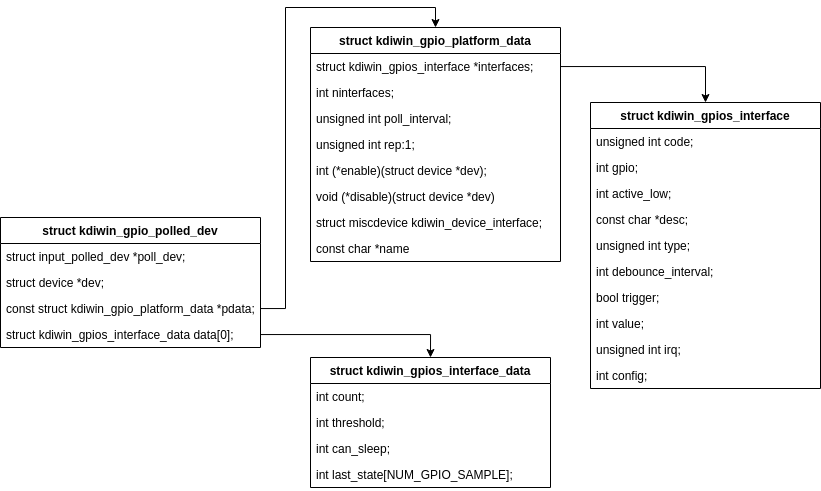
This is images/gpio_polled.drawio.png from lchy0113/tcc_develop, a draw.io export, as it was before one commit. Source tidied: cells renumbered, new cells last; positions are measured from the earlier drawing's top-left corner, leaving out a move shared by most shapes.
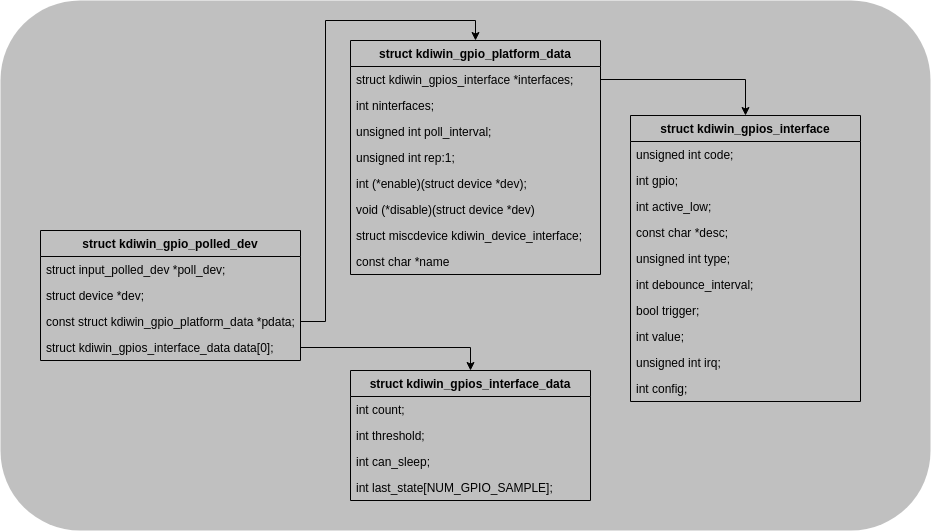
The same diagram one commit later.

What changed in the source:
```diff
@@ -2,104 +2,107 @@
   <root>
     <mxCell id="0" />
     <mxCell id="1" parent="0" />
-    <mxCell id="2" value="struct kdiwin_gpio_platform_data" style="swimlane;fontStyle=1;horizontal=1;startSize=26;fillColor=none;" parent="1" vertex="1">
-      <mxGeometry x="310" width="250" height="234" as="geometry" />
+    <mxCell id="2" style="rounded=1;whiteSpace=wrap;html=1;fillColor=#828282;fontColor=#333333;strokeColor=none;opacity=50;glass=0;sketch=0;shadow=0;" parent="1" vertex="1">
+      <mxGeometry x="310" width="930" height="530" as="geometry" />
     </mxCell>
-    <mxCell id="3" value="struct kdiwin_gpios_interface *interfaces;" style="text;strokeColor=none;fillColor=none;align=left;verticalAlign=top;spacingLeft=4;spacingRight=4;overflow=hidden;points=[[0,0.5],[1,0.5]];portConstraint=eastwest;" parent="2" vertex="1">
-      <mxGeometry y="26" width="250" height="26" as="geometry" />
+    <mxCell id="3" value="struct kdiwin_gpio_platform_data" style="swimlane;fontStyle=1;horizontal=1;startSize=26;fillColor=none;" parent="1" vertex="1">
+      <mxGeometry x="660" y="40" width="250" height="234" as="geometry" />
     </mxCell>
-    <mxCell id="4" value="int ninterfaces;" style="text;strokeColor=none;fillColor=none;align=left;verticalAlign=top;spacingLeft=4;spacingRight=4;overflow=hidden;points=[[0,0.5],[1,0.5]];portConstraint=eastwest;" parent="2" vertex="1">
-      <mxGeometry y="52" width="250" height="26" as="geometry" />
+    <mxCell id="4" value="struct kdiwin_gpios_interface *interfaces;" style="text;strokeColor=none;fillColor=none;align=left;verticalAlign=top;spacingLeft=4;spacingRight=4;overflow=hidden;points=[[0,0.5],[1,0.5]];portConstraint=eastwest;" parent="3" vertex="1">
+      <mxGeometry y="26" width="250" height="26" as="geometry" />
     </mxCell>
-    <mxCell id="5" value="unsigned int poll_interval;" style="text;strokeColor=none;fillColor=none;align=left;verticalAlign=top;spacingLeft=4;spacingRight=4;overflow=hidden;" parent="2" vertex="1">
-      <mxGeometry y="78" width="250" height="26" as="geometry" />
+    <mxCell id="5" value="int ninterfaces;" style="text;strokeColor=none;fillColor=none;align=left;verticalAlign=top;spacingLeft=4;spacingRight=4;overflow=hidden;" parent="3" vertex="1">
+      <mxGeometry y="52" width="250" height="26" as="geometry" />
     </mxCell>
-    <mxCell id="6" value="unsigned int rep:1;" style="text;strokeColor=none;fillColor=none;align=left;verticalAlign=top;spacingLeft=4;spacingRight=4;overflow=hidden;" parent="2" vertex="1">
-      <mxGeometry y="104" width="250" height="26" as="geometry" />
+    <mxCell id="6" value="unsigned int poll_interval;" style="text;strokeColor=none;fillColor=none;align=left;verticalAlign=top;spacingLeft=4;spacingRight=4;overflow=hidden;" parent="3" vertex="1">
+      <mxGeometry y="78" width="250" height="26" as="geometry" />
     </mxCell>
-    <mxCell id="7" value="int (*enable)(struct device *dev);" style="text;strokeColor=none;fillColor=none;align=left;verticalAlign=top;spacingLeft=4;spacingRight=4;overflow=hidden;" parent="2" vertex="1">
-      <mxGeometry y="130" width="250" height="26" as="geometry" />
+    <mxCell id="7" value="unsigned int rep:1;" style="text;strokeColor=none;fillColor=none;align=left;verticalAlign=top;spacingLeft=4;spacingRight=4;overflow=hidden;" parent="3" vertex="1">
+      <mxGeometry y="104" width="250" height="26" as="geometry" />
     </mxCell>
-    <mxCell id="8" value="void (*disable)(struct device *dev)" style="text;strokeColor=none;fillColor=none;align=left;verticalAlign=top;spacingLeft=4;spacingRight=4;overflow=hidden;" parent="2" vertex="1">
-      <mxGeometry y="156" width="250" height="26" as="geometry" />
+    <mxCell id="8" value="int (*enable)(struct device *dev);" style="text;strokeColor=none;fillColor=none;align=left;verticalAlign=top;spacingLeft=4;spacingRight=4;overflow=hidden;" parent="3" vertex="1">
+      <mxGeometry y="130" width="250" height="26" as="geometry" />
     </mxCell>
-    <mxCell id="9" value="struct miscdevice kdiwin_device_interface;" style="text;strokeColor=none;fillColor=none;align=left;verticalAlign=top;spacingLeft=4;spacingRight=4;overflow=hidden;" parent="2" vertex="1">
-      <mxGeometry y="182" width="250" height="26" as="geometry" />
+    <mxCell id="9" value="void (*disable)(struct device *dev)" style="text;strokeColor=none;fillColor=none;align=left;verticalAlign=top;spacingLeft=4;spacingRight=4;overflow=hidden;" parent="3" vertex="1">
+      <mxGeometry y="156" width="250" height="26" as="geometry" />
     </mxCell>
-    <mxCell id="10" value="const char *name" style="text;strokeColor=none;fillColor=none;align=left;verticalAlign=top;spacingLeft=4;spacingRight=4;overflow=hidden;" parent="2" vertex="1">
-      <mxGeometry y="208" width="250" height="26" as="geometry" />
+    <mxCell id="10" value="struct miscdevice kdiwin_device_interface;" style="text;strokeColor=none;fillColor=none;align=left;verticalAlign=top;spacingLeft=4;spacingRight=4;overflow=hidden;" parent="3" vertex="1">
+      <mxGeometry y="182" width="250" height="26" as="geometry" />
     </mxCell>
-    <mxCell id="11" value="struct kdiwin_gpios_interface" style="swimlane;fontStyle=1;horizontal=1;startSize=26;fillColor=none;" parent="1" vertex="1">
-      <mxGeometry x="590" y="75" width="230" height="286" as="geometry" />
+    <mxCell id="11" value="const char *name" style="text;strokeColor=none;fillColor=none;align=left;verticalAlign=top;spacingLeft=4;spacingRight=4;overflow=hidden;points=[[0,0.5],[1,0.5]];portConstraint=eastwest;" parent="3" vertex="1">
+      <mxGeometry y="208" width="250" height="26" as="geometry" />
     </mxCell>
-    <mxCell id="12" value="unsigned int code;" style="text;strokeColor=none;fillColor=none;align=left;verticalAlign=top;spacingLeft=4;spacingRight=4;overflow=hidden;points=[[0,0.5],[1,0.5]];portConstraint=eastwest;" parent="11" vertex="1">
-      <mxGeometry y="26" width="230" height="26" as="geometry" />
+    <mxCell id="12" value="struct kdiwin_gpios_interface" style="swimlane;fontStyle=1;horizontal=1;startSize=26;fillColor=none;" parent="1" vertex="1">
+      <mxGeometry x="940" y="115" width="230" height="286" as="geometry" />
     </mxCell>
-    <mxCell id="13" value="int gpio;" style="text;strokeColor=none;fillColor=none;align=left;verticalAlign=top;spacingLeft=4;spacingRight=4;overflow=hidden;" parent="11" vertex="1">
-      <mxGeometry y="52" width="230" height="26" as="geometry" />
+    <mxCell id="13" value="unsigned int code;" style="text;strokeColor=none;fillColor=none;align=left;verticalAlign=top;spacingLeft=4;spacingRight=4;overflow=hidden;" parent="12" vertex="1">
+      <mxGeometry y="26" width="230" height="26" as="geometry" />
     </mxCell>
-    <mxCell id="14" value="int active_low;" style="text;strokeColor=none;fillColor=none;align=left;verticalAlign=top;spacingLeft=4;spacingRight=4;overflow=hidden;" parent="11" vertex="1">
-      <mxGeometry y="78" width="230" height="26" as="geometry" />
+    <mxCell id="14" value="int gpio;" style="text;strokeColor=none;fillColor=none;align=left;verticalAlign=top;spacingLeft=4;spacingRight=4;overflow=hidden;" parent="12" vertex="1">
+      <mxGeometry y="52" width="230" height="26" as="geometry" />
     </mxCell>
-    <mxCell id="15" value="const char *desc;" style="text;strokeColor=none;fillColor=none;align=left;verticalAlign=top;spacingLeft=4;spacingRight=4;overflow=hidden;" parent="11" vertex="1">
-      <mxGeometry y="104" width="230" height="26" as="geometry" />
+    <mxCell id="15" value="int active_low;" style="text;strokeColor=none;fillColor=none;align=left;verticalAlign=top;spacingLeft=4;spacingRight=4;overflow=hidden;" parent="12" vertex="1">
+      <mxGeometry y="78" width="230" height="26" as="geometry" />
     </mxCell>
-    <mxCell id="16" value="unsigned int type;" style="text;strokeColor=none;fillColor=none;align=left;verticalAlign=top;spacingLeft=4;spacingRight=4;overflow=hidden;" parent="11" vertex="1">
-      <mxGeometry y="130" width="230" height="26" as="geometry" />
+    <mxCell id="16" value="const char *desc;" style="text;strokeColor=none;fillColor=none;align=left;verticalAlign=top;spacingLeft=4;spacingRight=4;overflow=hidden;" parent="12" vertex="1">
+      <mxGeometry y="104" width="230" height="26" as="geometry" />
     </mxCell>
-    <mxCell id="17" value="int debounce_interval;" style="text;strokeColor=none;fillColor=none;align=left;verticalAlign=top;spacingLeft=4;spacingRight=4;overflow=hidden;" parent="11" vertex="1">
-      <mxGeometry y="156" width="230" height="26" as="geometry" />
+    <mxCell id="17" value="unsigned int type;" style="text;strokeColor=none;fillColor=none;align=left;verticalAlign=top;spacingLeft=4;spacingRight=4;overflow=hidden;" parent="12" vertex="1">
+      <mxGeometry y="130" width="230" height="26" as="geometry" />
     </mxCell>
-    <mxCell id="18" value="bool trigger;" style="text;strokeColor=none;fillColor=none;align=left;verticalAlign=top;spacingLeft=4;spacingRight=4;overflow=hidden;" parent="11" vertex="1">
-      <mxGeometry y="182" width="230" height="26" as="geometry" />
+    <mxCell id="18" value="int debounce_interval;" style="text;strokeColor=none;fillColor=none;align=left;verticalAlign=top;spacingLeft=4;spacingRight=4;overflow=hidden;" parent="12" vertex="1">
+      <mxGeometry y="156" width="230" height="26" as="geometry" />
     </mxCell>
-    <mxCell id="19" value="int value;" style="text;strokeColor=none;fillColor=none;align=left;verticalAlign=top;spacingLeft=4;spacingRight=4;overflow=hidden;" parent="11" vertex="1">
-      <mxGeometry y="208" width="230" height="26" as="geometry" />
+    <mxCell id="19" value="bool trigger;" style="text;strokeColor=none;fillColor=none;align=left;verticalAlign=top;spacingLeft=4;spacingRight=4;overflow=hidden;" parent="12" vertex="1">
+      <mxGeometry y="182" width="230" height="26" as="geometry" />
     </mxCell>
-    <mxCell id="20" value="unsigned int irq;" style="text;strokeColor=none;fillColor=none;align=left;verticalAlign=top;spacingLeft=4;spacingRight=4;overflow=hidden;" parent="11" vertex="1">
-      <mxGeometry y="234" width="230" height="26" as="geometry" />
+    <mxCell id="20" value="int value;" style="text;strokeColor=none;fillColor=none;align=left;verticalAlign=top;spacingLeft=4;spacingRight=4;overflow=hidden;" parent="12" vertex="1">
+      <mxGeometry y="208" width="230" height="26" as="geometry" />
     </mxCell>
-    <mxCell id="21" value="int config;" style="text;strokeColor=none;fillColor=none;align=left;verticalAlign=top;spacingLeft=4;spacingRight=4;overflow=hidden;" parent="11" vertex="1">
-      <mxGeometry y="260" width="230" height="26" as="geometry" />
+    <mxCell id="21" value="unsigned int irq;" style="text;strokeColor=none;fillColor=none;align=left;verticalAlign=top;spacingLeft=4;spacingRight=4;overflow=hidden;" parent="12" vertex="1">
+      <mxGeometry y="234" width="230" height="26" as="geometry" />
     </mxCell>
-    <mxCell id="22" style="edgeStyle=orthogonalEdgeStyle;rounded=0;jettySize=auto;html=1;entryX=0.5;entryY=0;entryDx=0;entryDy=0;" parent="1" edge="1" source="3" target="11">
-      <mxGeometry relative="1" as="geometry" />
+    <mxCell id="22" value="int config;" style="text;strokeColor=none;fillColor=none;align=left;verticalAlign=top;spacingLeft=4;spacingRight=4;overflow=hidden;" parent="12" vertex="1">
+      <mxGeometry y="260" width="230" height="26" as="geometry" />
     </mxCell>
-    <mxCell id="23" value="struct kdiwin_gpios_interface_data" style="swimlane;fontStyle=1;horizontal=1;startSize=26;fillColor=none;" parent="1" vertex="1">
-      <mxGeometry x="310" y="330" width="240" height="130" as="geometry" />
+    <mxCell id="23" style="edgeStyle=orthogonalEdgeStyle;rounded=0;jettySize=auto;html=1;entryX=0.5;entryY=0;entryDx=0;entryDy=0;" parent="1" edge="1" source="4" target="12">
+      <mxGeometry relative="1" as="geometry" />
     </mxCell>
-    <mxCell id="24" value="int count;" style="text;strokeColor=none;fillColor=none;align=left;verticalAlign=top;spacingLeft=4;spacingRight=4;overflow=hidden;points=[[0,0.5],[1,0.5]];portConstraint=eastwest;" parent="23" vertex="1">
-      <mxGeometry y="26" width="240" height="26" as="geometry" />
+    <mxCell id="24" value="struct kdiwin_gpios_interface_data" style="swimlane;fontStyle=1;horizontal=1;startSize=26;fillColor=none;" parent="1" vertex="1">
+      <mxGeometry x="660" y="370" width="240" height="130" as="geometry" />
     </mxCell>
-    <mxCell id="25" value="int threshold;" style="text;strokeColor=none;fillColor=none;align=left;verticalAlign=top;spacingLeft=4;spacingRight=4;overflow=hidden;" parent="23" vertex="1">
-      <mxGeometry y="52" width="240" height="26" as="geometry" />
+    <mxCell id="25" value="int count;" style="text;strokeColor=none;fillColor=none;align=left;verticalAlign=top;spacingLeft=4;spacingRight=4;overflow=hidden;" parent="24" vertex="1">
+      <mxGeometry y="26" width="240" height="26" as="geometry" />
     </mxCell>
-    <mxCell id="26" value="int can_sleep;" style="text;strokeColor=none;fillColor=none;align=left;verticalAlign=top;spacingLeft=4;spacingRight=4;overflow=hidden;" parent="23" vertex="1">
-      <mxGeometry y="78" width="240" height="26" as="geometry" />
+    <mxCell id="26" value="int threshold;" style="text;strokeColor=none;fillColor=none;align=left;verticalAlign=top;spacingLeft=4;spacingRight=4;overflow=hidden;" parent="24" vertex="1">
+      <mxGeometry y="52" width="240" height="26" as="geometry" />
     </mxCell>
-    <mxCell id="27" value="int last_state[NUM_GPIO_SAMPLE];" style="text;strokeColor=none;fillColor=none;align=left;verticalAlign=top;spacingLeft=4;spacingRight=4;overflow=hidden;" parent="23" vertex="1">
-      <mxGeometry y="104" width="240" height="26" as="geometry" />
+    <mxCell id="27" value="int can_sleep;" style="text;strokeColor=none;fillColor=none;align=left;verticalAlign=top;spacingLeft=4;spacingRight=4;overflow=hidden;" parent="24" vertex="1">
+      <mxGeometry y="78" width="240" height="26" as="geometry" />
     </mxCell>
-    <mxCell id="28" value="struct kdiwin_gpio_polled_dev" style="swimlane;fontStyle=1;horizontal=1;startSize=26;fillColor=none;" parent="1" vertex="1">
-      <mxGeometry y="190" width="260" height="130" as="geometry" />
+    <mxCell id="28" value="int last_state[NUM_GPIO_SAMPLE];" style="text;strokeColor=none;fillColor=none;align=left;verticalAlign=top;spacingLeft=4;spacingRight=4;overflow=hidden;" parent="24" vertex="1">
+      <mxGeometry y="104" width="240" height="26" as="geometry" />
     </mxCell>
-    <mxCell id="29" value="struct input_polled_dev *poll_dev;" style="text;strokeColor=none;fillColor=none;align=left;verticalAlign=top;spacingLeft=4;spacingRight=4;overflow=hidden;" parent="28" vertex="1">
-      <mxGeometry y="26" width="260" height="26" as="geometry" />
+    <mxCell id="29" value="struct kdiwin_gpio_polled_dev" style="swimlane;fontStyle=1;horizontal=1;startSize=26;fillColor=none;" parent="1" vertex="1">
+      <mxGeometry x="350" y="230" width="260" height="130" as="geometry" />
     </mxCell>
-    <mxCell id="30" value="struct device *dev;" style="text;strokeColor=none;fillColor=none;align=left;verticalAlign=top;spacingLeft=4;spacingRight=4;overflow=hidden;" parent="28" vertex="1">
-      <mxGeometry y="52" width="260" height="26" as="geometry" />
+    <mxCell id="30" value="struct input_polled_dev *poll_dev;" style="text;strokeColor=none;fillColor=none;align=left;verticalAlign=top;spacingLeft=4;spacingRight=4;overflow=hidden;" parent="29" vertex="1">
+      <mxGeometry y="26" width="260" height="26" as="geometry" />
     </mxCell>
-    <mxCell id="31" value="const struct kdiwin_gpio_platform_data *pdata;" style="text;strokeColor=none;fillColor=none;align=left;verticalAlign=top;spacingLeft=4;spacingRight=4;overflow=hidden;points=[[0,0.5],[1,0.5]];portConstraint=eastwest;" parent="28" vertex="1">
-      <mxGeometry y="78" width="260" height="26" as="geometry" />
+    <mxCell id="31" value="struct device *dev;" style="text;strokeColor=none;fillColor=none;align=left;verticalAlign=top;spacingLeft=4;spacingRight=4;overflow=hidden;points=[[0,0.5],[1,0.5]];portConstraint=eastwest;" parent="29" vertex="1">
+      <mxGeometry y="52" width="260" height="26" as="geometry" />
     </mxCell>
-    <mxCell id="32" value="struct kdiwin_gpios_interface_data data[0];" style="text;strokeColor=none;fillColor=none;align=left;verticalAlign=top;spacingLeft=4;spacingRight=4;overflow=hidden;points=[[0,0.5],[1,0.5]];portConstraint=eastwest;" parent="28" vertex="1">
-      <mxGeometry y="104" width="260" height="26" as="geometry" />
+    <mxCell id="32" value="const struct kdiwin_gpio_platform_data *pdata;" style="text;strokeColor=none;fillColor=none;align=left;verticalAlign=top;spacingLeft=4;spacingRight=4;overflow=hidden;points=[[0,0.5],[1,0.5]];portConstraint=eastwest;" parent="29" vertex="1">
+      <mxGeometry y="78" width="260" height="26" as="geometry" />
     </mxCell>
-    <mxCell id="33" style="edgeStyle=orthogonalEdgeStyle;rounded=0;jettySize=auto;html=1;entryX=0.5;entryY=0;entryDx=0;entryDy=0;" parent="1" edge="1" source="32" target="23">
-      <mxGeometry relative="1" as="geometry" />
+    <mxCell id="33" value="struct kdiwin_gpios_interface_data data[0];" style="text;strokeColor=none;fillColor=none;align=left;verticalAlign=top;spacingLeft=4;spacingRight=4;overflow=hidden;points=[[0,0.5],[1,0.5]];portConstraint=eastwest;" parent="29" vertex="1">
+      <mxGeometry y="104" width="260" height="26" as="geometry" />
     </mxCell>
-    <mxCell id="34" style="edgeStyle=orthogonalEdgeStyle;rounded=0;jettySize=auto;html=1;entryX=0.5;entryY=0;entryDx=0;entryDy=0;" parent="1" edge="1" source="31" target="2">
+    <mxCell id="34" style="edgeStyle=orthogonalEdgeStyle;rounded=0;jettySize=auto;html=1;entryX=0.5;entryY=0;entryDx=0;entryDy=0;" parent="1" edge="1" source="33" target="24">
       <mxGeometry relative="1" as="geometry" />
     </mxCell>
+    <mxCell id="35" style="edgeStyle=orthogonalEdgeStyle;rounded=0;jettySize=auto;html=1;entryX=0.5;entryY=0;entryDx=0;entryDy=0;" parent="1" edge="1" source="32" target="3">
+      <mxGeometry relative="1" as="geometry" />
+    </mxCell>
   </root>
 </mxGraphModel>
```
